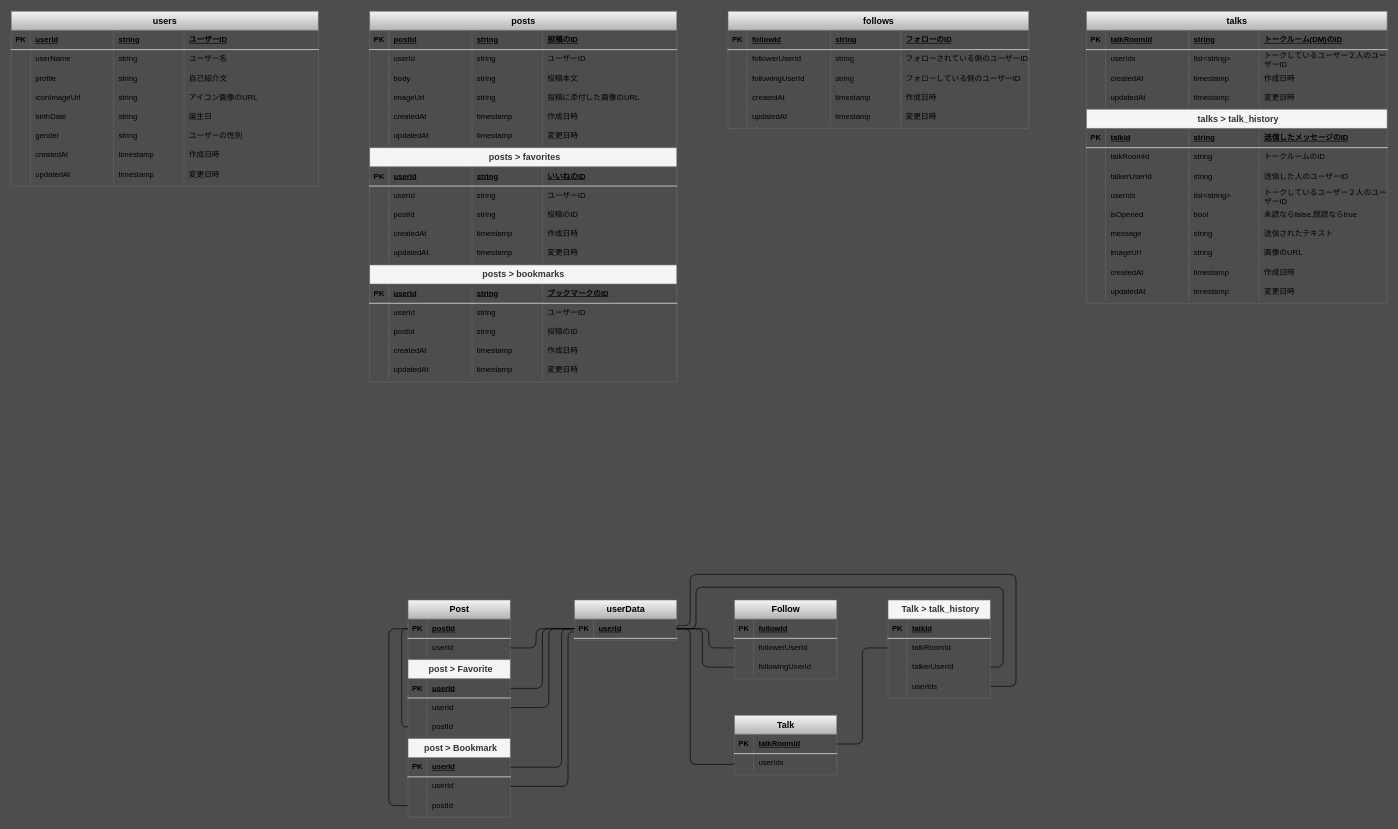
Above: er.dio in HayashidaReo/training_matting_app (draw.io), before the change. Source tidied: cells renumbered, new cells numbered last; positions are measured from the earlier drawing's top-left corner, leaving out a move shared by most shapes. Both pictures are drawn from the tidied source at 64%, with x=0, y=0 at pixel (11, 11).
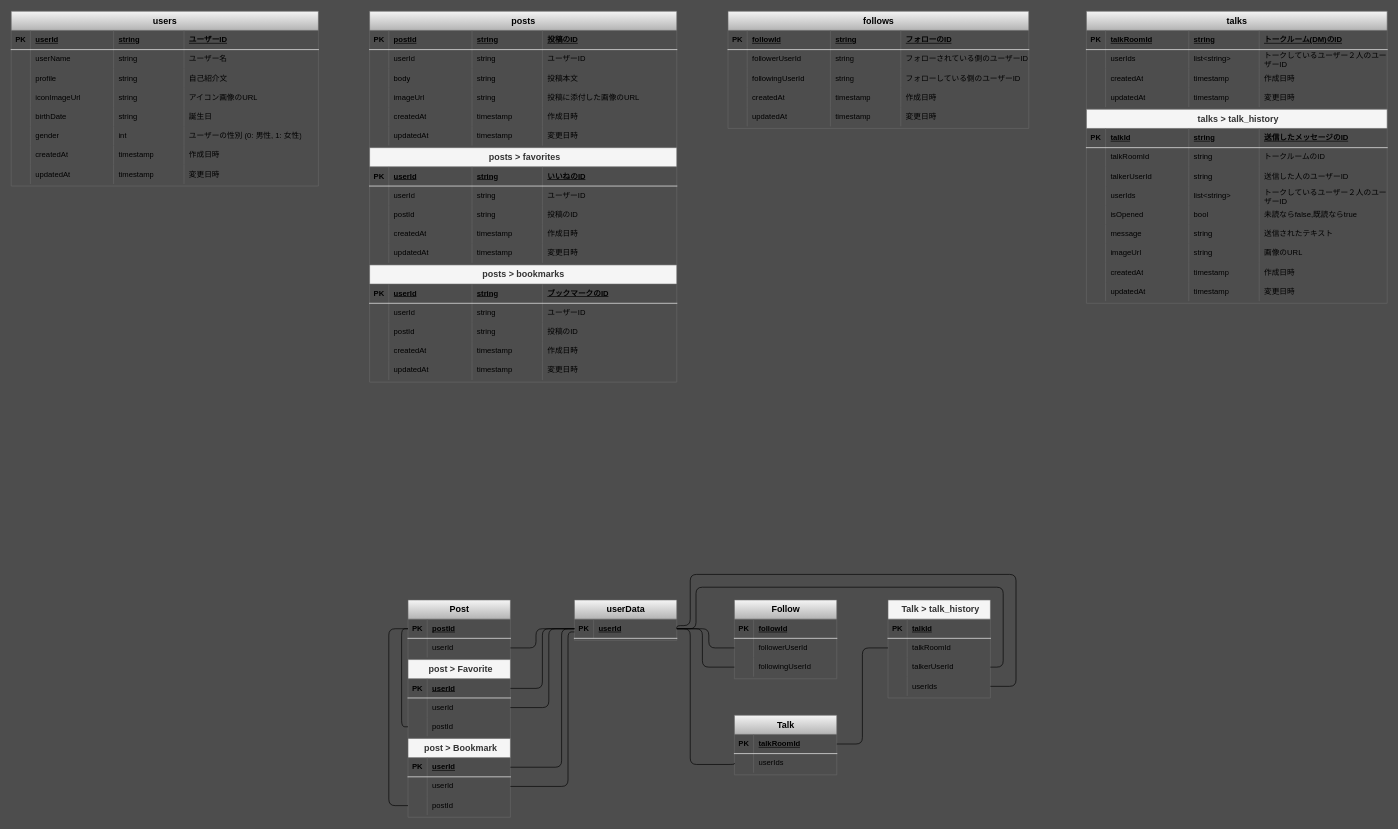
Above is the later version.

The change refers to these unchanged cells:
```xml
<mxCell id="28" style="shape=tableRow;horizontal=0;startSize=0;swimlaneHead=0;swimlaneBody=0;fillColor=none;top=0;left=0;right=0;bottom=0;fontColor=light-dark(#000000,#FFFFFF);strokeColor=light-dark(#FFFFFF,#FFFFFF);" parent="2" vertex="1">
  <mxGeometry y="180" width="480" height="30" as="geometry" />
</mxCell>
```

Diff of the diagram source:
```diff
@@
-    <mxCell id="31" value="string" style="shape=partialRectangle;fillColor=none;top=0;left=0;bottom=0;right=0;align=left;spacingLeft=6;overflow=hidden;whiteSpace=wrap;html=1;fontColor=light-dark(#000000,#FFFFFF);strokeColor=light-dark(#FFFFFF,#FFFFFF);" parent="28" vertex="1">
+    <mxCell id="31" value="int" style="shape=partialRectangle;fillColor=none;top=0;left=0;bottom=0;right=0;align=left;spacingLeft=6;overflow=hidden;whiteSpace=wrap;html=1;fontColor=light-dark(#000000,#FFFFFF);strokeColor=light-dark(#FFFFFF,#FFFFFF);" parent="28" vertex="1">
       <mxGeometry x="160" width="110" height="30" as="geometry" />
     </mxCell>
-    <mxCell id="32" value="ユーザーの性別" style="shape=partialRectangle;fillColor=none;top=0;left=0;bottom=0;right=0;align=left;spacingLeft=6;overflow=hidden;whiteSpace=wrap;html=1;fontColor=light-dark(#000000,#FFFFFF);strokeColor=light-dark(#FFFFFF,#FFFFFF);" parent="28" vertex="1">
+    <mxCell id="32" value="ユーザーの性別 (0: 男性, 1: 女性)" style="shape=partialRectangle;fillColor=none;top=0;left=0;bottom=0;right=0;align=left;spacingLeft=6;overflow=hidden;whiteSpace=wrap;html=1;fontColor=light-dark(#000000,#FFFFFF);strokeColor=light-dark(#FFFFFF,#FFFFFF);" parent="28" vertex="1">
       <mxGeometry x="270" width="210" height="30" as="geometry" />
     </mxCell>
```
